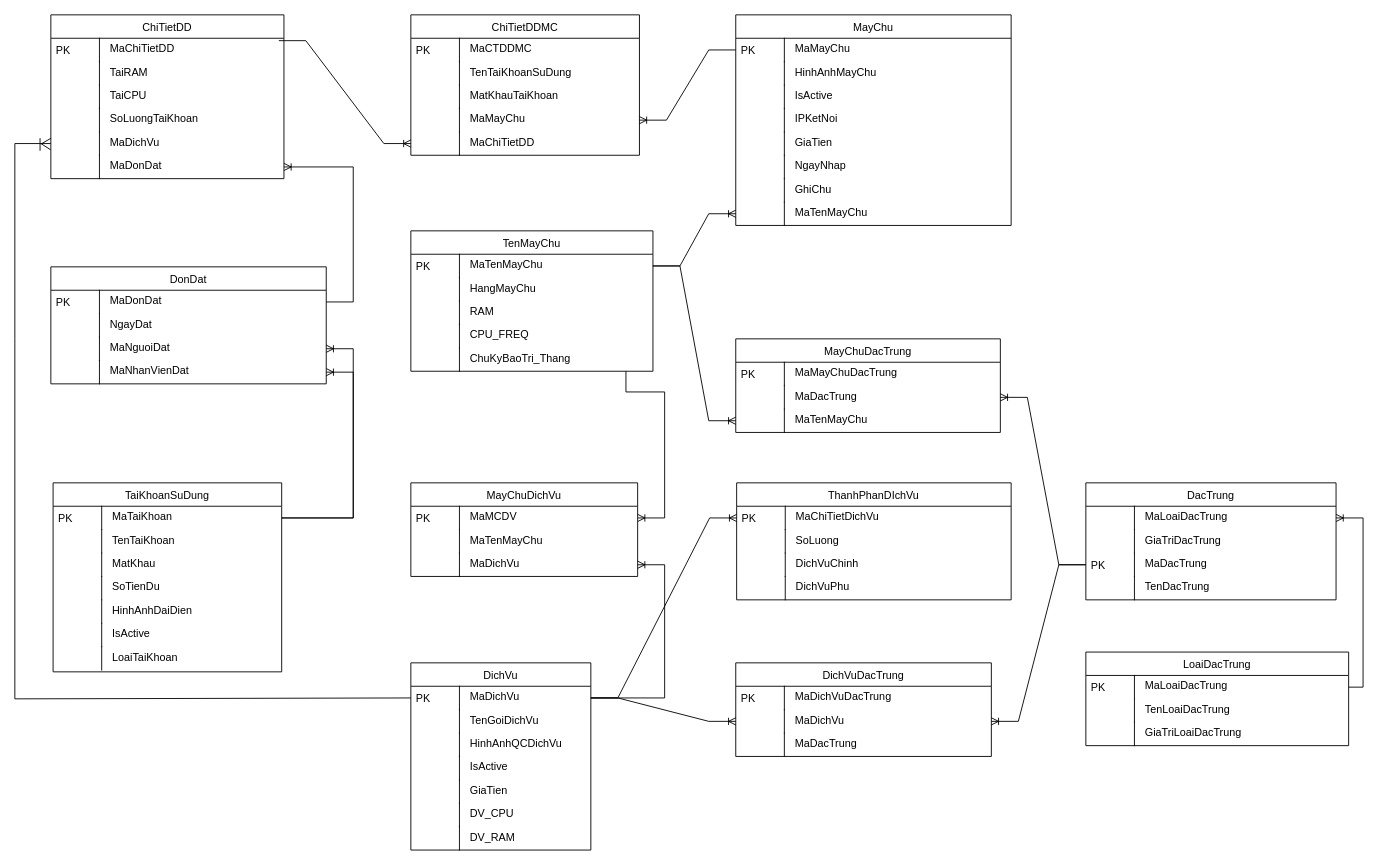
The draw.io diagram erd.drawio in frozenproof/dactaphanmem, before the edit. Source tidied: cells renumbered, new cells numbered last; positions are measured from the earlier drawing's top-left corner, leaving out a move shared by most shapes. Both pictures are drawn from the tidied source at 90%, with x=0, y=0 at pixel (14, 14).
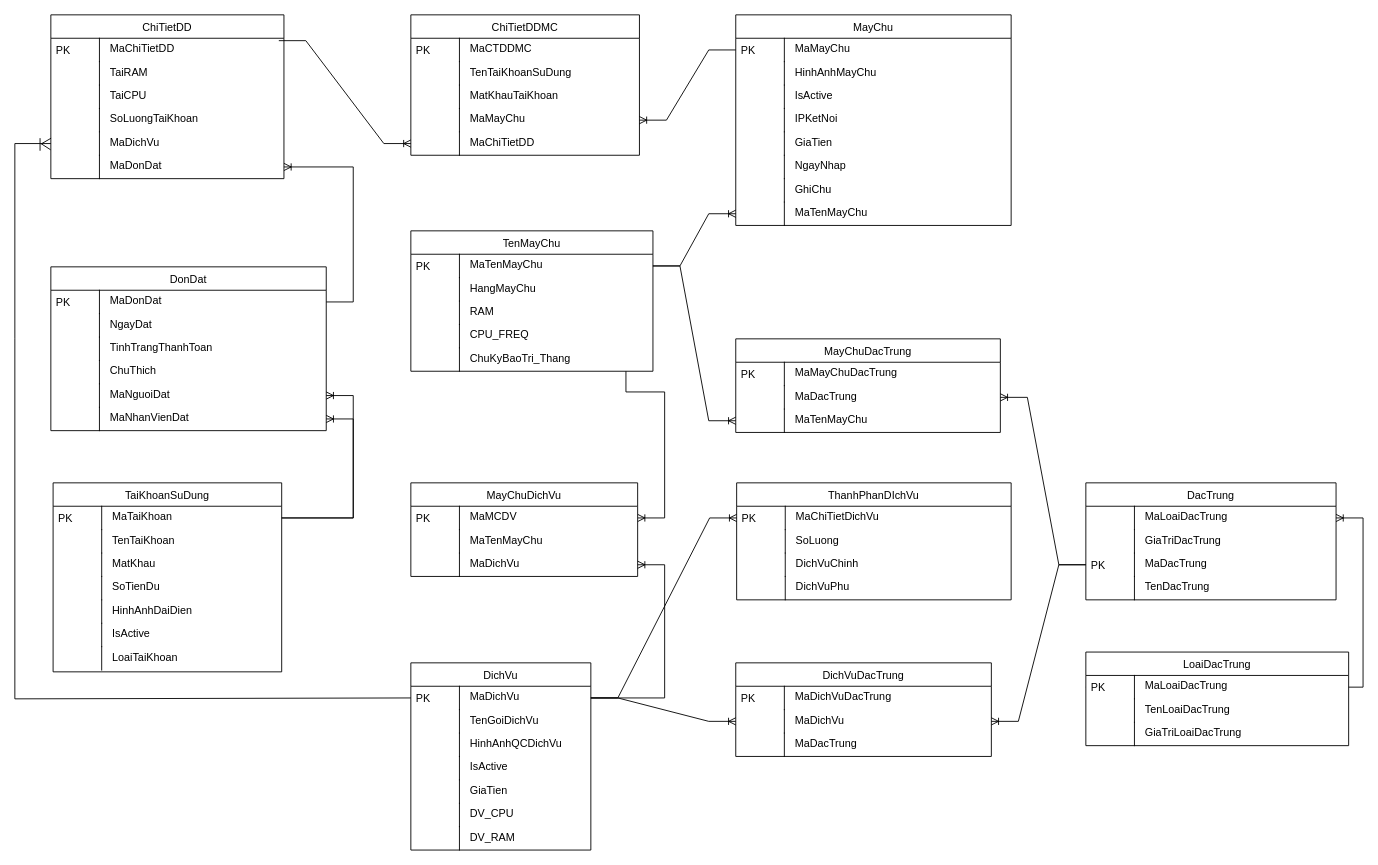
The same diagram, later.

Diff of the diagram source:
```diff
@@
     <mxCell id="44" value="DonDat" style="swimlane;fontStyle=0;horizontal=1;startSize=26;fillColor=default;swimlaneFillColor=default;align=center;" parent="1" vertex="1">
-      <mxGeometry x="40" y="280" width="306" height="130" as="geometry" />
+      <mxGeometry x="40" y="280" width="306" height="182" as="geometry" />
     </mxCell>
@@
+    <mxCell id="157" value="TinhTrangThanhToan" style="shape=partialRectangle;top=0;left=0;right=0;bottom=0;align=left;verticalAlign=top;spacingTop=-2;fillColor=none;spacingLeft=64;spacingRight=4;overflow=hidden;" parent="44" vertex="1">
+      <mxGeometry y="78" width="306" height="26" as="geometry" />
+    </mxCell>
+    <mxCell id="158" style="shape=partialRectangle;top=0;left=0;bottom=0;fillColor=none;align=left;verticalAlign=middle;spacingLeft=4;spacingRight=4;overflow=hidden;" parent="157" vertex="1">
+      <mxGeometry width="54" height="26" as="geometry" />
+    </mxCell>
+    <mxCell id="159" value="ChuThich" style="shape=partialRectangle;top=0;left=0;right=0;bottom=0;align=left;verticalAlign=top;spacingTop=-2;fillColor=none;spacingLeft=64;spacingRight=4;overflow=hidden;" parent="44" vertex="1">
+      <mxGeometry y="104" width="306" height="26" as="geometry" />
+    </mxCell>
+    <mxCell id="160" style="shape=partialRectangle;top=0;left=0;bottom=0;fillColor=none;align=left;verticalAlign=middle;spacingLeft=4;spacingRight=4;overflow=hidden;" parent="159" vertex="1">
+      <mxGeometry width="54" height="26" as="geometry" />
+    </mxCell>
     <mxCell id="49" value="MaNguoiDat" style="shape=partialRectangle;top=0;left=0;right=0;bottom=0;align=left;verticalAlign=top;spacingTop=-2;fillColor=none;spacingLeft=64;spacingRight=4;overflow=hidden;points=[[0,0.5],[1,0.5]];portConstraint=eastwest;" parent="44" vertex="1">
-      <mxGeometry y="78" width="306" height="26" as="geometry" />
+      <mxGeometry y="130" width="306" height="26" as="geometry" />
     </mxCell>
@@
     <mxCell id="51" value="MaNhanVienDat" style="shape=partialRectangle;top=0;left=0;right=0;bottom=0;align=left;verticalAlign=top;spacingTop=-2;fillColor=none;spacingLeft=64;spacingRight=4;overflow=hidden;points=[[0,0.5],[1,0.5]];portConstraint=eastwest;" parent="44" vertex="1">
-      <mxGeometry y="104" width="306" height="26" as="geometry" />
+      <mxGeometry y="156" width="306" height="26" as="geometry" />
     </mxCell>
```
